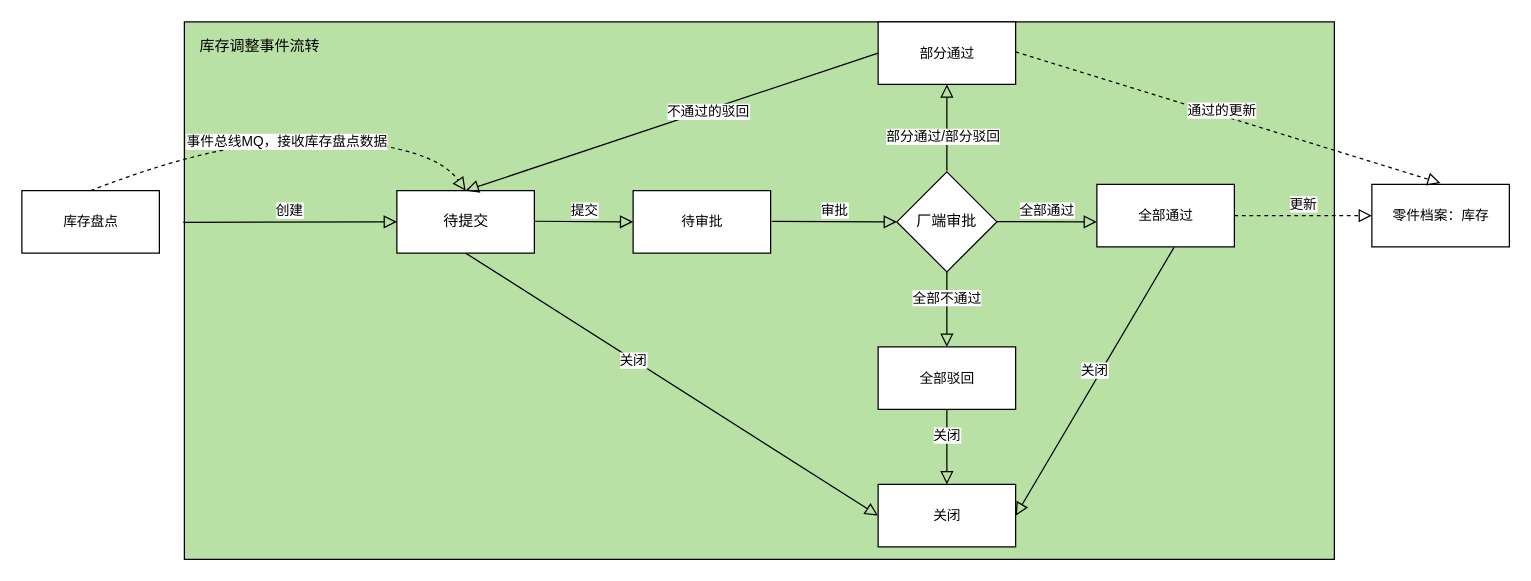
The draw.io diagram page "事件图" (3 of 4) of 库存调整申请单.drawio in 1132489442/gitRepository1, before the edit. Source tidied: cells renumbered, new cells numbered last; positions are measured from the earlier drawing's top-left corner, leaving out a move shared by most shapes. Both pictures are drawn from the tidied source at 125%, with x=0, y=0 at pixel (21, 21).
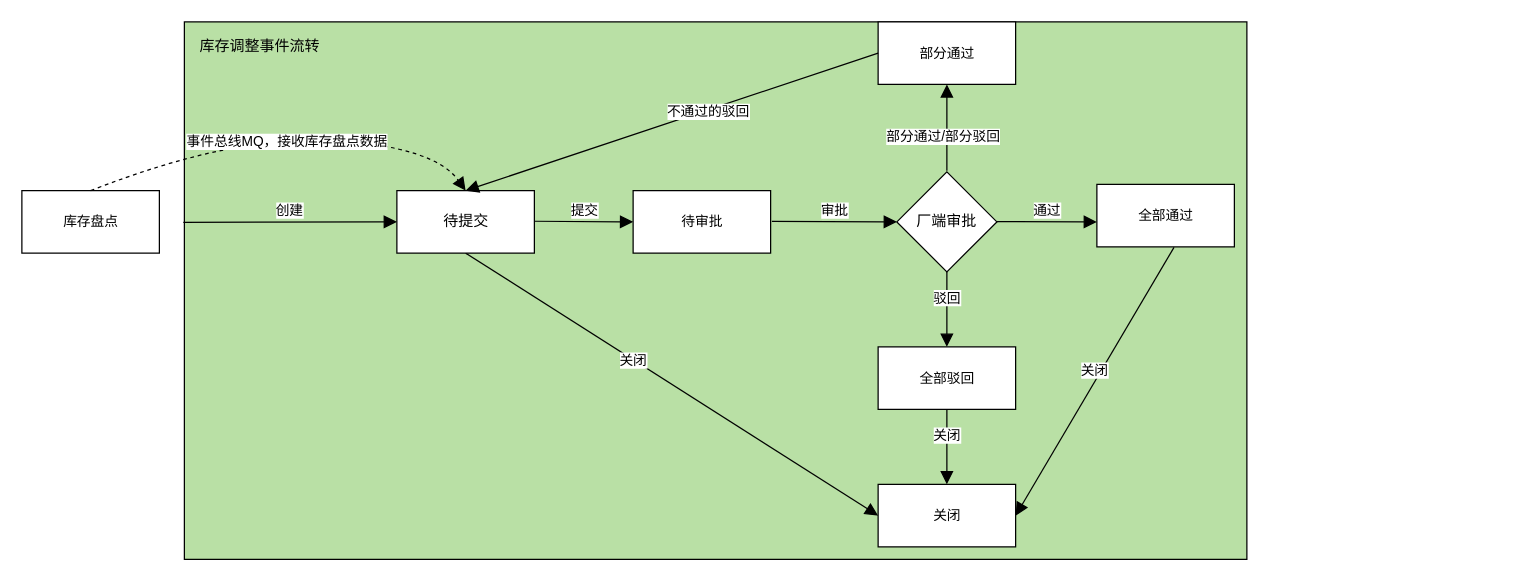
The same diagram, later.

Unchanged cells that the change refers to:
```xml
<mxCell id="5" value="&lt;span style=&quot;font-size: 11px ; background-color: rgb(255 , 255 , 255)&quot;&gt;待审批&lt;/span&gt;" style="html=1;fillColor=#FFFFFF;" parent="1" vertex="1">
  <mxGeometry x="489" y="135" width="110" height="50" as="geometry" />
</mxCell>
<mxCell id="6" value="厂端审批" style="rhombus;whiteSpace=wrap;html=1;" parent="1" vertex="1">
  <mxGeometry x="700" y="120" width="80" height="80" as="geometry" />
</mxCell>
<mxCell id="8" value="&lt;span style=&quot;font-size: 11px ; background-color: rgb(255 , 255 , 255)&quot;&gt;全部驳回&lt;/span&gt;" style="html=1;fillColor=#FFFFFF;" parent="1" vertex="1">
  <mxGeometry x="685" y="260" width="110" height="50" as="geometry" />
</mxCell>
<mxCell id="9" value="&lt;span style=&quot;font-size: 11px ; background-color: rgb(255 , 255 , 255)&quot;&gt;全部通过&lt;/span&gt;" style="html=1;fillColor=#FFFFFF;" parent="1" vertex="1">
  <mxGeometry x="860" y="130" width="110" height="50" as="geometry" />
</mxCell>
<mxCell id="10" value="&lt;span style=&quot;font-size: 11px ; background-color: rgb(255 , 255 , 255)&quot;&gt;部分通过&lt;/span&gt;" style="html=1;fillColor=#FFFFFF;" parent="1" vertex="1">
  <mxGeometry x="685" width="110" height="50" as="geometry" />
</mxCell>
<mxCell id="11" value="&lt;span style=&quot;font-size: 11px ; background-color: rgb(255 , 255 , 255)&quot;&gt;关闭&lt;/span&gt;" style="html=1;fillColor=#FFFFFF;" parent="1" vertex="1">
  <mxGeometry x="685" y="370" width="110" height="50" as="geometry" />
</mxCell>
<mxCell id="18" value="&lt;font face=&quot;helvetica&quot;&gt;待提交&lt;/font&gt;" style="html=1;fillColor=#FFFFFF;" parent="1" vertex="1">
  <mxGeometry x="300" y="135" width="110" height="50" as="geometry" />
</mxCell>
<mxCell id="20" value="&lt;span style=&quot;font-size: 11px ; background-color: rgb(255 , 255 , 255)&quot;&gt;库存盘点&lt;/span&gt;" style="html=1;fillColor=#FFFFFF;" parent="1" vertex="1">
  <mxGeometry y="135" width="110" height="50" as="geometry" />
</mxCell>
```

Diff of the diagram source:
```diff
@@
     <mxCell id="2" style="verticalLabelPosition=bottom;verticalAlign=top;html=1;shape=mxgraph.basic.rect;fillColor2=none;strokeWidth=1;size=20;indent=5;fillColor=#B9E0A5;" parent="1" vertex="1">
-      <mxGeometry x="130" width="920" height="430" as="geometry" />
+      <mxGeometry x="130" width="850" height="430" as="geometry" />
     </mxCell>
@@
-    <mxCell id="4" value="提交" style="html=1;verticalAlign=bottom;endArrow=block;rounded=0;entryX=0;entryY=0.5;entryDx=0;entryDy=0;endFill=0;endSize=8;" parent="1" edge="1" target="5">
+    <mxCell id="4" value="提交" style="html=1;verticalAlign=bottom;endArrow=block;rounded=0;entryX=0;entryY=0.5;entryDx=0;entryDy=0;endFill=1;endSize=8;" parent="1" edge="1" target="5">
       <mxGeometry relative="1" as="geometry">
         <mxPoint x="410" y="159.5" as="sourcePoint" />
       </mxGeometry>
     </mxCell>
@@
-    <mxCell id="7" value="审批" style="html=1;verticalAlign=bottom;endArrow=block;rounded=0;entryX=0;entryY=0.5;entryDx=0;entryDy=0;endFill=0;endSize=8;" parent="1" edge="1" target="6">
+    <mxCell id="7" value="审批" style="html=1;verticalAlign=bottom;endArrow=block;rounded=0;entryX=0;entryY=0.5;entryDx=0;entryDy=0;endFill=1;endSize=8;" parent="1" edge="1" target="6">
       <mxGeometry relative="1" as="geometry">
         <mxPoint x="600" y="159.5" as="sourcePoint" />
       </mxGeometry>
     </mxCell>
@@
-    <mxCell id="12" value="全部通过" style="html=1;verticalAlign=bottom;endArrow=block;rounded=0;endFill=0;endSize=8;" parent="1" edge="1">
+    <mxCell id="12" value="通过" style="html=1;verticalAlign=bottom;endArrow=block;rounded=0;endFill=1;endSize=8;" parent="1" edge="1">
       <mxGeometry relative="1" as="geometry">
         <mxPoint x="780" y="159.7" as="sourcePoint" />
         <mxPoint x="860" y="160" as="targetPoint" />
       </mxGeometry>
     </mxCell>
-    <mxCell id="13" value="全部不通过" style="html=1;verticalAlign=bottom;endArrow=block;rounded=0;exitX=0.5;exitY=1;exitDx=0;exitDy=0;entryX=0.5;entryY=0;entryDx=0;entryDy=0;endFill=0;endSize=8;" parent="1" edge="1" source="6" target="8">
+    <mxCell id="13" value="驳回" style="html=1;verticalAlign=bottom;endArrow=block;rounded=0;exitX=0.5;exitY=1;exitDx=0;exitDy=0;entryX=0.5;entryY=0;entryDx=0;entryDy=0;endFill=1;endSize=8;" parent="1" edge="1" source="6" target="8">
       <mxGeometry relative="1" as="geometry" />
     </mxCell>
-    <mxCell id="14" value="部分通过/部分驳回" style="html=1;verticalAlign=bottom;endArrow=block;rounded=0;exitX=0.5;exitY=0;exitDx=0;exitDy=0;entryX=0.5;entryY=1;entryDx=0;entryDy=0;endFill=0;endSize=8;" parent="1" edge="1" target="10">
+    <mxCell id="14" value="部分通过/部分驳回" style="html=1;verticalAlign=bottom;endArrow=block;rounded=0;exitX=0.5;exitY=0;exitDx=0;exitDy=0;entryX=0.5;entryY=1;entryDx=0;entryDy=0;endFill=1;endSize=8;" parent="1" edge="1" target="10">
       <mxGeometry x="-0.48" y="3" relative="1" as="geometry">
         <mxPoint x="740" y="119" as="sourcePoint" />
       </mxGeometry>
     </mxCell>
-    <mxCell id="15" value="关闭" style="html=1;verticalAlign=bottom;endArrow=block;rounded=0;exitX=0.5;exitY=1;exitDx=0;exitDy=0;entryX=0.5;entryY=0;entryDx=0;entryDy=0;endFill=0;endSize=8;" parent="1" edge="1">
+    <mxCell id="15" value="关闭" style="html=1;verticalAlign=bottom;endArrow=block;rounded=0;exitX=0.5;exitY=1;exitDx=0;exitDy=0;entryX=0.5;entryY=0;entryDx=0;entryDy=0;endFill=1;endSize=8;" parent="1" edge="1">
       <mxGeometry relative="1" as="geometry">
         <mxPoint x="740" y="310" as="sourcePoint" />
         <mxPoint x="740" y="370" as="targetPoint" />
       </mxGeometry>
     </mxCell>
-    <mxCell id="16" value="关闭" style="html=1;verticalAlign=bottom;endArrow=block;rounded=0;exitX=0.561;exitY=1.008;exitDx=0;exitDy=0;entryX=1;entryY=0.5;entryDx=0;entryDy=0;exitPerimeter=0;endFill=0;endSize=8;" parent="1" edge="1" source="9" target="11">
+    <mxCell id="16" value="关闭" style="html=1;verticalAlign=bottom;endArrow=block;rounded=0;exitX=0.561;exitY=1.008;exitDx=0;exitDy=0;entryX=1;entryY=0.5;entryDx=0;entryDy=0;exitPerimeter=0;endFill=1;endSize=8;" parent="1" edge="1" source="9" target="11">
       <mxGeometry relative="1" as="geometry" />
     </mxCell>
-    <mxCell id="17" value="关闭" style="html=1;verticalAlign=bottom;endArrow=block;rounded=0;exitX=0.5;exitY=1;exitDx=0;exitDy=0;entryX=0;entryY=0.5;entryDx=0;entryDy=0;endFill=0;endSize=8;" parent="1" edge="1">
+    <mxCell id="17" value="关闭" style="html=1;verticalAlign=bottom;endArrow=block;rounded=0;exitX=0.5;exitY=1;exitDx=0;exitDy=0;entryX=0;entryY=0.5;entryDx=0;entryDy=0;endFill=1;endSize=8;" parent="1" edge="1">
       <mxGeometry x="-0.16" y="-8" relative="1" as="geometry">
         <mxPoint x="355" y="185" as="sourcePoint" />
         <mxPoint x="685" y="395" as="targetPoint" />
       </mxGeometry>
     </mxCell>
@@
-    <mxCell id="19" value="创建" style="html=1;verticalAlign=bottom;endArrow=block;rounded=0;entryX=0;entryY=0.5;entryDx=0;entryDy=0;endFill=0;endSize=8;exitX=-0.001;exitY=0.373;exitDx=0;exitDy=0;exitPerimeter=0;" parent="1" edge="1" source="2" target="18">
+    <mxCell id="19" value="创建" style="html=1;verticalAlign=bottom;endArrow=block;rounded=0;entryX=0;entryY=0.5;entryDx=0;entryDy=0;endFill=1;endSize=8;exitX=-0.001;exitY=0.373;exitDx=0;exitDy=0;exitPerimeter=0;" parent="1" edge="1" source="2" target="18">
       <mxGeometry relative="1" as="geometry" />
     </mxCell>
@@
-    <mxCell id="21" style="curved=1;endArrow=block;html=1;rounded=0;dashed=1;exitX=0.5;exitY=0;exitDx=0;exitDy=0;entryX=0.5;entryY=0;entryDx=0;entryDy=0;endFill=0;endSize=8;" parent="1" edge="1" source="20" target="18">
+    <mxCell id="21" style="curved=1;endArrow=block;html=1;rounded=0;dashed=1;exitX=0.5;exitY=0;exitDx=0;exitDy=0;entryX=0.5;entryY=0;entryDx=0;entryDy=0;endFill=1;endSize=8;" parent="1" edge="1" source="20" target="18">
       <mxGeometry relative="1" as="geometry">
         <Array as="points">
           <mxPoint x="170" y="90" />
           <mxPoint x="330" y="100" />
         </Array>
       </mxGeometry>
     </mxCell>
@@
-    <mxCell id="23" value="不通过的驳回" style="html=1;verticalAlign=bottom;endArrow=block;rounded=0;exitX=0;exitY=0.5;exitDx=0;exitDy=0;entryX=0.5;entryY=0;entryDx=0;entryDy=0;endFill=0;endSize=8;" parent="1" edge="1" source="10" target="18">
+    <mxCell id="23" value="不通过的驳回" style="html=1;verticalAlign=bottom;endArrow=block;rounded=0;exitX=0;exitY=0.5;exitDx=0;exitDy=0;entryX=0.5;entryY=0;entryDx=0;entryDy=0;endFill=1;endSize=8;" parent="1" edge="1" source="10" target="18">
       <mxGeometry x="-0.16" y="9" relative="1" as="geometry">
         <mxPoint y="1" as="offset" />
       </mxGeometry>
     </mxCell>
-    <mxCell id="24" value="&lt;span style=&quot;font-size: 11px ; background-color: rgb(255 , 255 , 255)&quot;&gt;零件档案：库存&lt;/span&gt;" style="html=1;fillColor=#FFFFFF;" parent="1" vertex="1">
-      <mxGeometry x="1080" y="130" width="110" height="50" as="geometry" />
-    </mxCell>
-    <mxCell id="25" value="更新" style="html=1;verticalAlign=bottom;endArrow=block;rounded=0;endFill=0;endSize=8;entryX=0;entryY=0.5;entryDx=0;entryDy=0;exitX=1;exitY=0.5;exitDx=0;exitDy=0;dashed=1;" parent="1" edge="1" source="9" target="24">
-      <mxGeometry relative="1" as="geometry" />
-    </mxCell>
-    <mxCell id="26" value="通过的更新" style="html=1;verticalAlign=bottom;endArrow=block;rounded=0;endFill=0;endSize=8;entryX=0.5;entryY=0;entryDx=0;entryDy=0;exitX=1;exitY=0.5;exitDx=0;exitDy=0;dashed=1;" parent="1" edge="1">
-      <mxGeometry x="-0.02" y="-5" relative="1" as="geometry">
-        <mxPoint x="795" y="24" as="sourcePoint" />
-        <mxPoint x="1135" y="129" as="targetPoint" />
-      </mxGeometry>
-    </mxCell>
```
